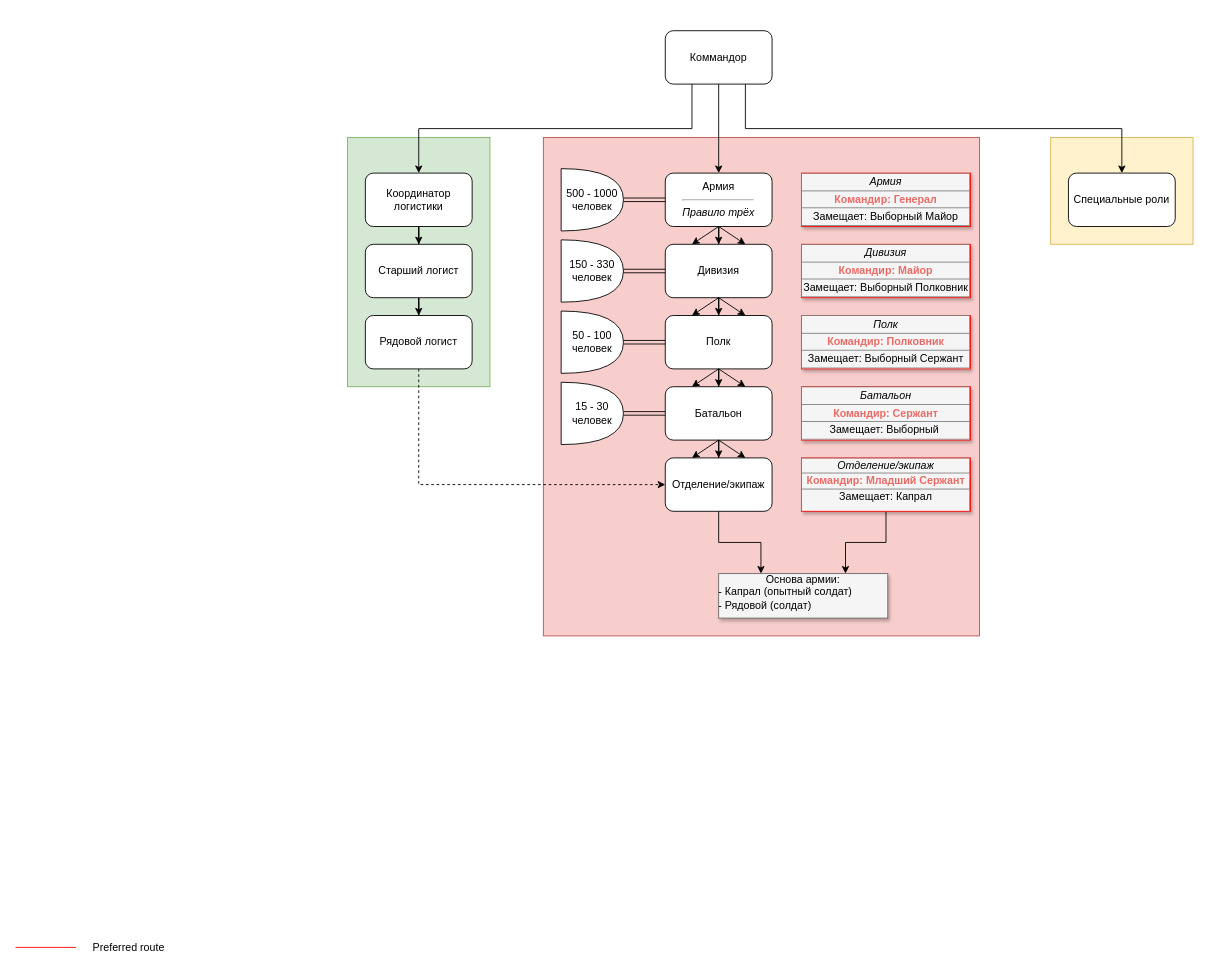
Earlier version of the draw.io diagram Структура.drawio (Kratos1245/other). Source tidied: cells renumbered, new cells numbered last; positions are measured from the earlier drawing's top-left corner, leaving out a move shared by most shapes. Both pictures are drawn from the tidied source at 89%, with x=0, y=0 at pixel (15, 30).
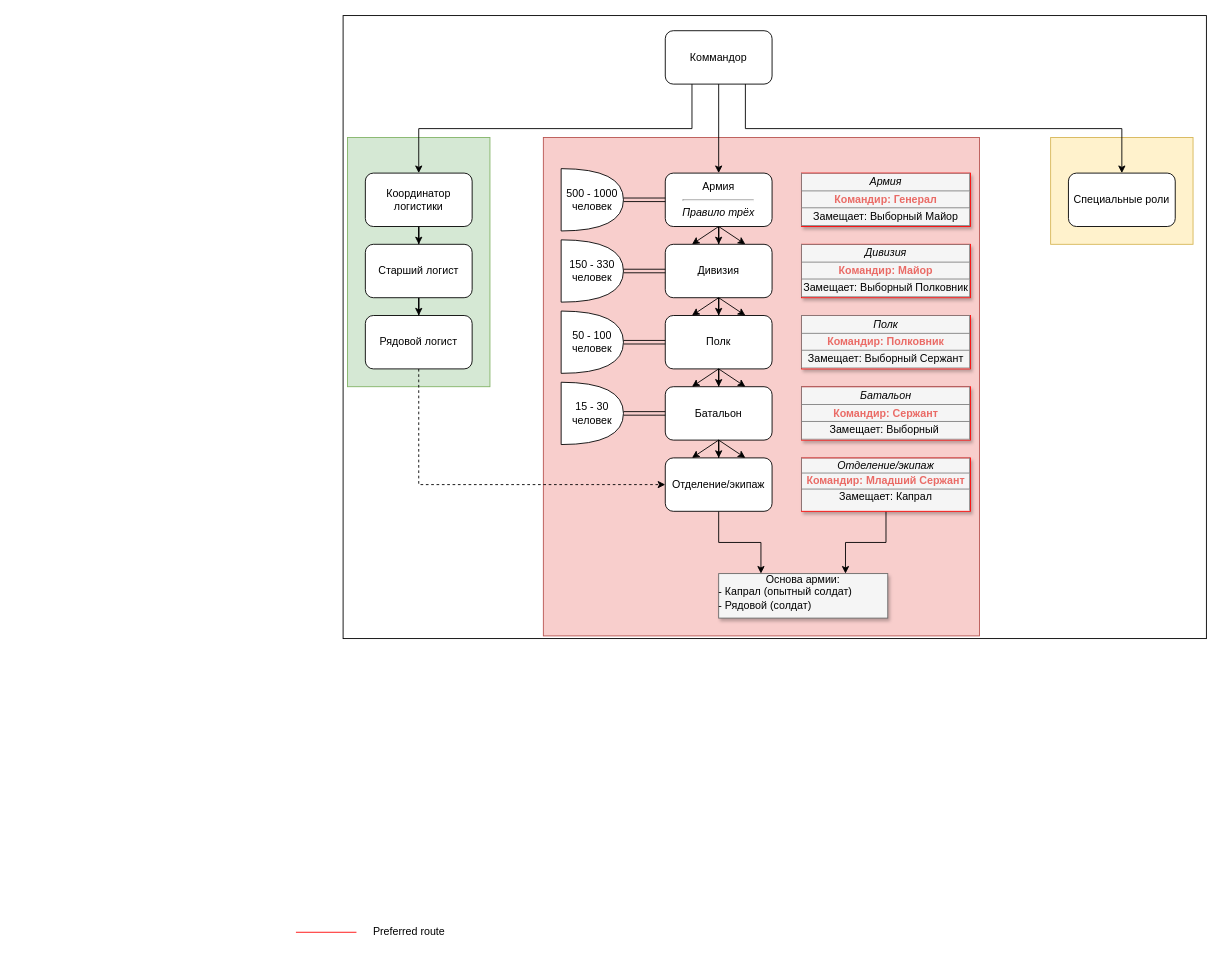
Above is the later version.

The edit, as a diff of the source:
```diff
@@
+    <mxCell id="51" style="rounded=0;whiteSpace=wrap;html=1;fontColor=#000000;" parent="1" vertex="1">
+      <mxGeometry x="368" y="-17" width="970" height="700" as="geometry" />
+    </mxCell>
@@
     <mxCell id="6" style="line;strokeWidth=1;html=1;rounded=1;fontSize=12;align=center;verticalAlign=middle;strokeColor=#FF0000;endFill=1;endArrow=classic;endSize=10;startSize=10;" parent="1" vertex="1">
-      <mxGeometry y="1025" width="68" height="10" as="geometry" />
+      <mxGeometry x="315" y="1008" width="68" height="10" as="geometry" />
     </mxCell>
     <mxCell id="7" value="Preferred route" style="text;html=1;strokeColor=none;fillColor=none;align=left;verticalAlign=middle;whiteSpace=wrap;rounded=0;shadow=1;fontSize=12;" parent="1" vertex="1">
-      <mxGeometry x="85" y="1020" width="143" height="20" as="geometry" />
+      <mxGeometry x="400" y="1003" width="143" height="20" as="geometry" />
     </mxCell>
```
